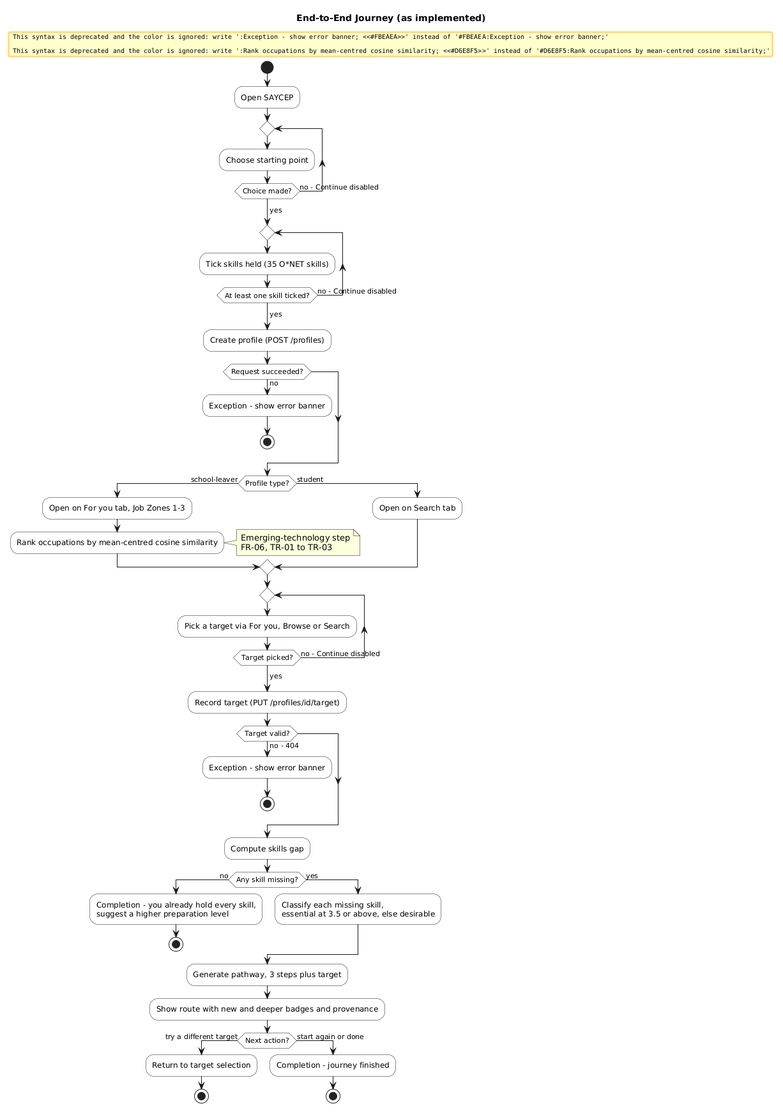
Above: docs/uml/a3/05-activity.png in ShogunLSG/SAYCEP (PlantUML), before the change.
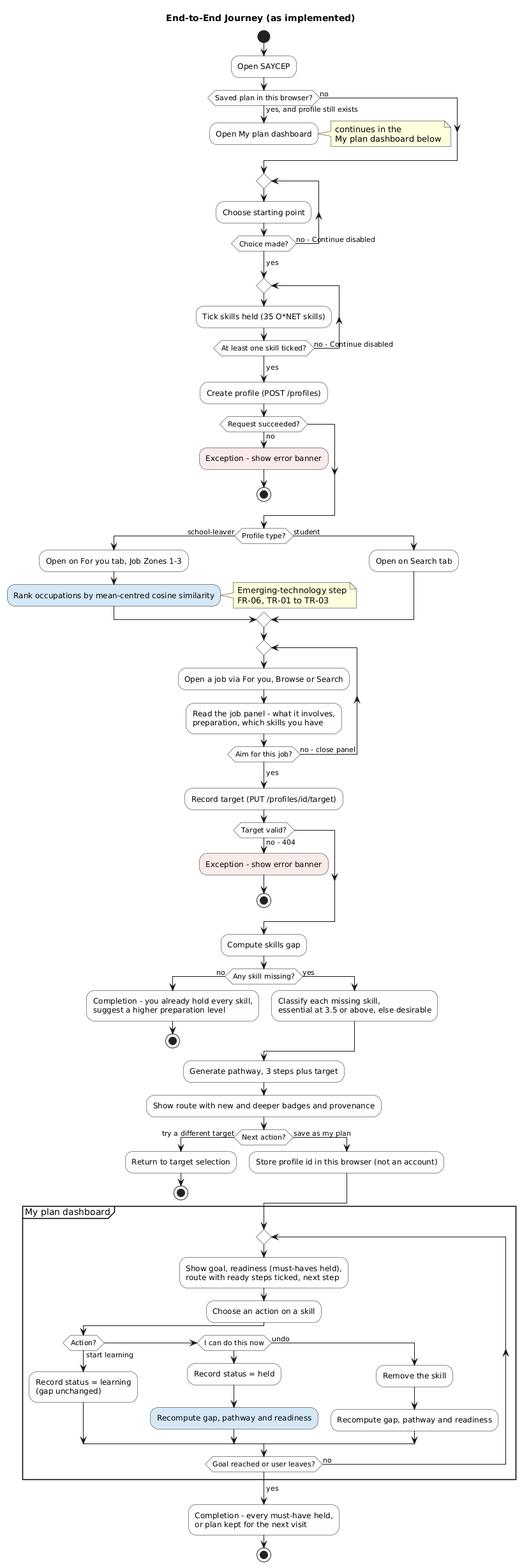
After the change.

Change to the diagram source:
```diff
@@ -1,9 +1,15 @@
-@startuml
+@startuml SAYCEP_A3_Activity
 title End-to-End Journey (as implemented)
 skinparam ActivityBackgroundColor #FEFEFE
 
 start
 :Open SAYCEP;
+if (Saved plan in this browser?) then (yes, and profile still exists)
+  :Open My plan dashboard;
+  note right: continues in the\nMy plan dashboard below
+  detach
+else (no)
+endif
 repeat
   :Choose starting point;
 repeat while (Choice made?) is (no - Continue disabled)
@@ -30,8 +36,10 @@
 endif
 
 repeat
-  :Pick a target via For you, Browse or Search;
-repeat while (Target picked?) is (no - Continue disabled)
+  :Open a job via For you, Browse or Search;
+  :Read the job panel - what it involves,
+  preparation, which skills you have;
+repeat while (Aim for this job?) is (no - close panel)
 -> yes;
 :Record target (PUT /profiles/id/target);
 if (Target valid?) then (no - 404)
@@ -54,8 +62,29 @@
 if (Next action?) then (try a different target)
   :Return to target selection;
   stop
-else (start again or done)
-  :Completion - journey finished;
-  stop
+else (save as my plan)
+  :Store profile id in this browser (not an account);
 endif
+
+partition "My plan dashboard" {
+  repeat
+    :Show goal, readiness (must-haves held),
+    route with ready steps ticked, next step;
+    :Choose an action on a skill;
+    if (Action?) then (start learning)
+      :Record status = learning
+      (gap unchanged);
+    elseif (I can do this now) then
+      :Record status = held;
+      #D6E8F5:Recompute gap, pathway and readiness;
+    else (undo)
+      :Remove the skill;
+      :Recompute gap, pathway and readiness;
+    endif
+  repeat while (Goal reached or user leaves?) is (no)
+  -> yes;
+}
+:Completion - every must-have held,
+or plan kept for the next visit;
+stop
 @enduml
```
